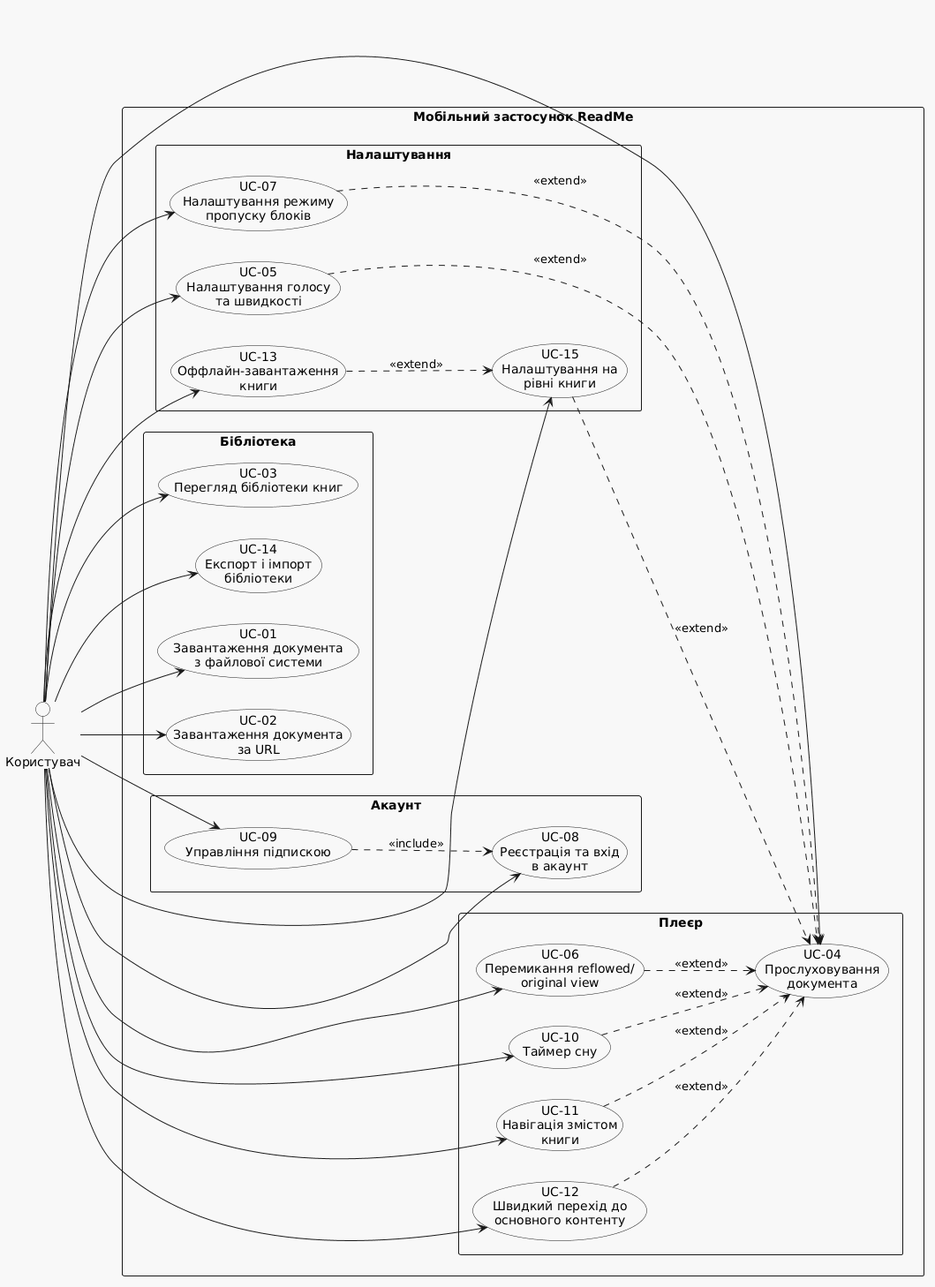
This is docs/paper/assets/use-case.png from Papsanly/readme, a PlantUML export, as it was before one commit. Source of this version:
```plantuml
@startuml
skinparam packageStyle rectangle
skinparam shadowing false
skinparam usecaseBackgroundColor #FEFEFE
skinparam actorBackgroundColor #FEFEFE
skinparam packageBackgroundColor #F8F8F8
left to right direction

actor "Користувач" as User

rectangle "Мобільний застосунок ReadMe" {
  package "Бібліотека" {
    usecase "UC-01\nЗавантаження документа\nз файлової системи" as UC01
    usecase "UC-02\nЗавантаження документа\nза URL" as UC02
    usecase "UC-03\nПерегляд бібліотеки книг" as UC03
    usecase "UC-14\nЕкспорт і імпорт\nбібліотеки" as UC14
  }
  package "Плеєр" {
    usecase "UC-04\nПрослуховування\nдокумента" as UC04
    usecase "UC-06\nПеремикання reflowed/\noriginal view" as UC06
    usecase "UC-10\nТаймер сну" as UC10
    usecase "UC-11\nНавігація змістом\nкниги" as UC11
    usecase "UC-12\nШвидкий перехід до\nосновного контенту" as UC12
  }
  package "Налаштування" {
    usecase "UC-05\nНалаштування голосу\nта швидкості" as UC05
    usecase "UC-07\nНалаштування режиму\nпропуску блоків" as UC07
    usecase "UC-13\nОффлайн-завантаження\nкниги" as UC13
    usecase "UC-15\nНалаштування на\nрівні книги" as UC15
  }
  package "Акаунт" {
    usecase "UC-08\nРеєстрація та вхід\nв акаунт" as UC08
    usecase "UC-09\nУправління підпискою" as UC09
  }
}

User --> UC01
User --> UC02
User --> UC03
User --> UC04
User --> UC05
User --> UC06
User --> UC07
User --> UC08
User --> UC09
User --> UC10
User --> UC11
User --> UC12
User --> UC13
User --> UC14
User --> UC15

UC06 ..> UC04 : <<extend>>
UC05 ..> UC04 : <<extend>>
UC07 ..> UC04 : <<extend>>
UC10 ..> UC04 : <<extend>>
UC11 ..> UC04 : <<extend>>
UC12 ..> UC04 : <<extend>>
UC15 ..> UC04 : <<extend>>
UC13 ..> UC15 : <<extend>>
UC09 ..> UC08 : <<include>>
@enduml
```
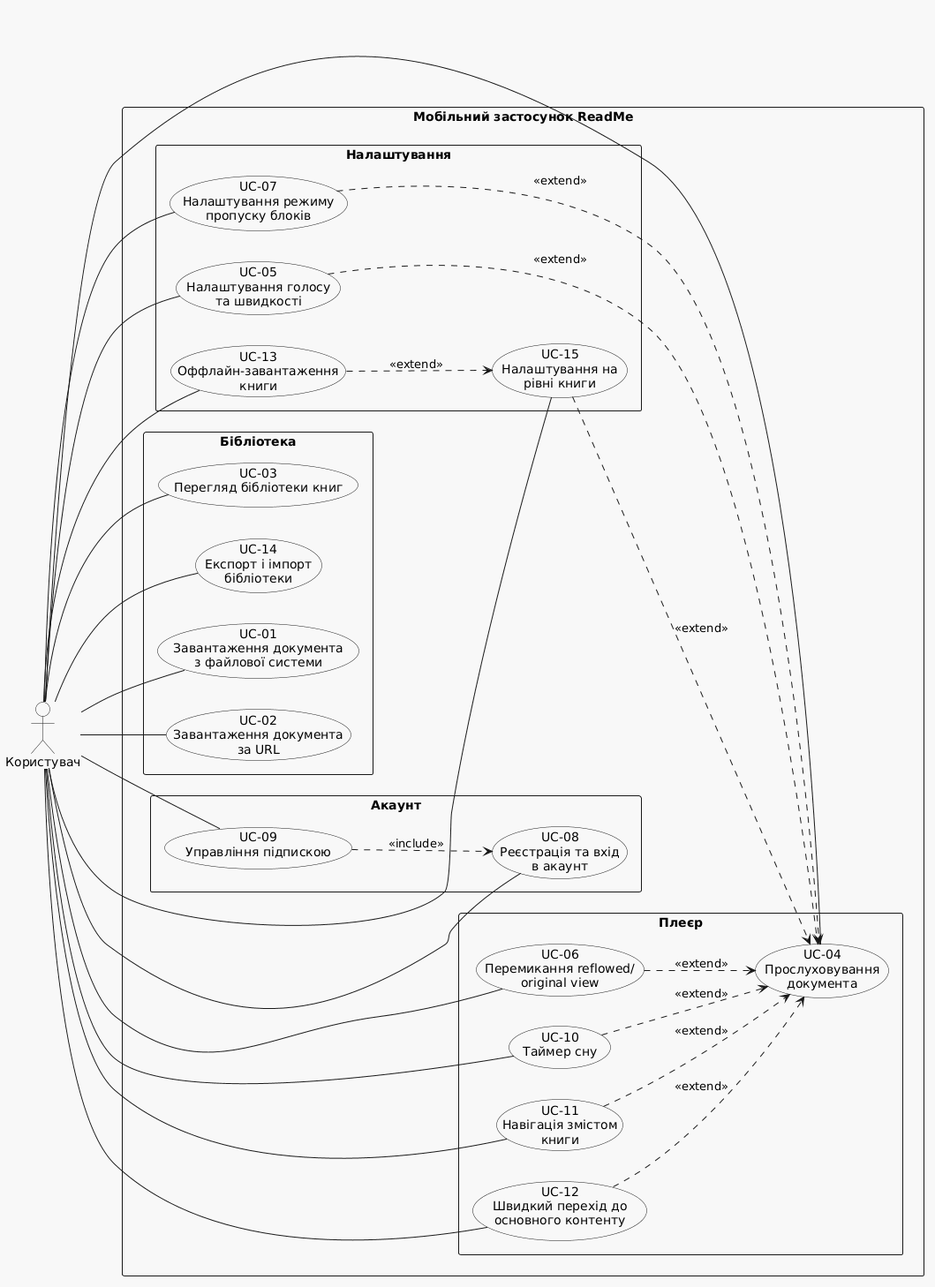
The same file after the commit.

What changed in the source:
```diff
@@ -34,21 +34,21 @@
   }
 }
 
-User --> UC01
-User --> UC02
-User --> UC03
-User --> UC04
-User --> UC05
-User --> UC06
-User --> UC07
-User --> UC08
-User --> UC09
-User --> UC10
-User --> UC11
-User --> UC12
-User --> UC13
-User --> UC14
-User --> UC15
+User -- UC01
+User -- UC02
+User -- UC03
+User -- UC04
+User -- UC05
+User -- UC06
+User -- UC07
+User -- UC08
+User -- UC09
+User -- UC10
+User -- UC11
+User -- UC12
+User -- UC13
+User -- UC14
+User -- UC15
 
 UC06 ..> UC04 : <<extend>>
 UC05 ..> UC04 : <<extend>>
```
